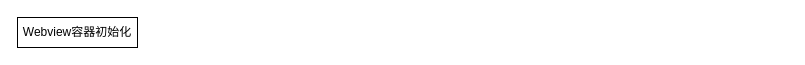
HRBully/Img keeps this draw.io diagram as 未命名绘图.drawio. Above is the earlier version. Source tidied: cells renumbered, new cells numbered last; positions are measured from the earlier drawing's top-left corner, leaving out a move shared by most shapes. Both pictures are drawn from the tidied source at 100%, with x=0, y=0 at pixel (17, 17).
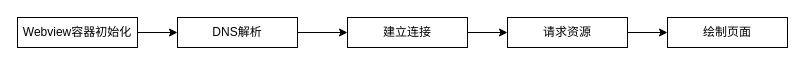
After the change.

Commit message (it also covers changes not shown here):
更新未命名绘图.drawio

The edit, as a diff of the source:
```diff
@@
 <mxGraphModel>
   <root>
     <mxCell id="0" />
     <mxCell id="1" parent="0" />
+    <mxCell id="3" style="edgeStyle=orthogonalEdgeStyle;rounded=0;jettySize=auto;html=1;" parent="1" edge="1" source="2" target="5">
+      <mxGeometry relative="1" as="geometry" />
+    </mxCell>
     <mxCell id="2" value="Webview容器初始化" style="rounded=0;whiteSpace=wrap;html=1;" parent="1" vertex="1">
       <mxGeometry width="120" height="30" as="geometry" />
     </mxCell>
+    <mxCell id="4" style="edgeStyle=orthogonalEdgeStyle;rounded=0;jettySize=auto;html=1;" parent="1" edge="1" source="5" target="7">
+      <mxGeometry relative="1" as="geometry" />
+    </mxCell>
+    <mxCell id="5" value="DNS解析" style="rounded=0;whiteSpace=wrap;html=1;" parent="1" vertex="1">
+      <mxGeometry x="160" width="120" height="30" as="geometry" />
+    </mxCell>
+    <mxCell id="6" style="edgeStyle=orthogonalEdgeStyle;rounded=0;jettySize=auto;html=1;" parent="1" edge="1" source="7" target="9">
+      <mxGeometry relative="1" as="geometry" />
+    </mxCell>
+    <mxCell id="7" value="建立连接" style="rounded=0;whiteSpace=wrap;html=1;" parent="1" vertex="1">
+      <mxGeometry x="330" width="120" height="30" as="geometry" />
+    </mxCell>
+    <mxCell id="8" style="edgeStyle=orthogonalEdgeStyle;rounded=0;jettySize=auto;html=1;" parent="1" edge="1" source="9" target="10">
+      <mxGeometry relative="1" as="geometry" />
+    </mxCell>
+    <mxCell id="9" value="请求资源" style="rounded=0;whiteSpace=wrap;html=1;" parent="1" vertex="1">
+      <mxGeometry x="490" width="120" height="30" as="geometry" />
+    </mxCell>
+    <mxCell id="10" value="绘制页面" style="rounded=0;whiteSpace=wrap;html=1;" parent="1" vertex="1">
+      <mxGeometry x="650" width="120" height="30" as="geometry" />
+    </mxCell>
   </root>
 </mxGraphModel>
```
